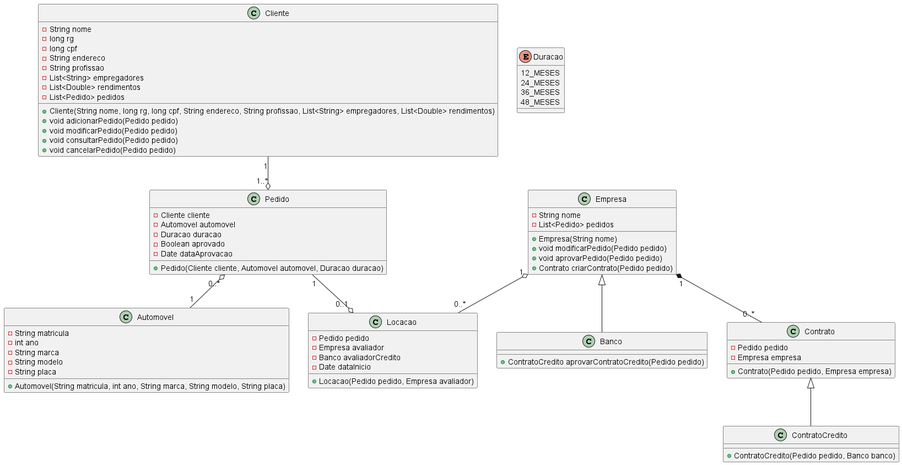
RafaMtF/LDS-Lab02 keeps this PlantUML diagram as project/img/ClassDiagram.png. Above is the earlier version. Its source is kept beside it as project/code/classDiagram.puml. Source of this version:
```plantuml
@startuml classDiagram

class Cliente {
    -String nome
    -long rg
    -long cpf
    -String endereco
    -String profissao
    -List<String> empregadores
    -List<Double> rendimentos
    -List<Pedido> pedidos
    +Cliente(String nome, long rg, long cpf, String endereco, String profissao, List<String> empregadores, List<Double> rendimentos)
    +void adicionarPedido(Pedido pedido)
    +void modificarPedido(Pedido pedido)
    +void consultarPedido(Pedido pedido)
    +void cancelarPedido(Pedido pedido)
}

class Empresa {
    -String nome
    -List<Pedido> pedidos
    +Empresa(String nome)
    +void modificarPedido(Pedido pedido)
    +void aprovarPedido(Pedido pedido)
    +Contrato criarContrato(Pedido pedido)
}

class Banco {
    +ContratoCredito aprovarContratoCredito(Pedido pedido)
}

class Pedido {
    -Cliente cliente
    -Automovel automovel
    -Duracao duracao
    -Boolean aprovado
    -Date dataAprovacao
    +Pedido(Cliente cliente, Automovel automovel, Duracao duracao)
}

class Automovel {
    -String matricula
    -int ano
    -String marca
    -String modelo
    -String placa
    +Automovel(String matricula, int ano, String marca, String modelo, String placa)
}

class Contrato {
    -Pedido pedido
    -Empresa empresa
    +Contrato(Pedido pedido, Empresa empresa)
}

class ContratoCredito {
    +ContratoCredito(Pedido pedido, Banco banco)
}

class Locacao {
    -Pedido pedido
    -Empresa avaliador
    -Banco avaliadorCredito
    -Date dataInicio
    +Locacao(Pedido pedido, Empresa avaliador)
}

enum Duracao {
    12_MESES
    24_MESES
    36_MESES
    48_MESES
}

Cliente "1" --o "1..*" Pedido
Pedido "1" --o "0..1" Locacao
Empresa "1" *-- "0..*" Contrato
Empresa "1" o-- "0..*" Locacao
Pedido "0..*" o-- "1" Automovel
Empresa <|-- Banco
Contrato <|-- ContratoCredito

@enduml
```
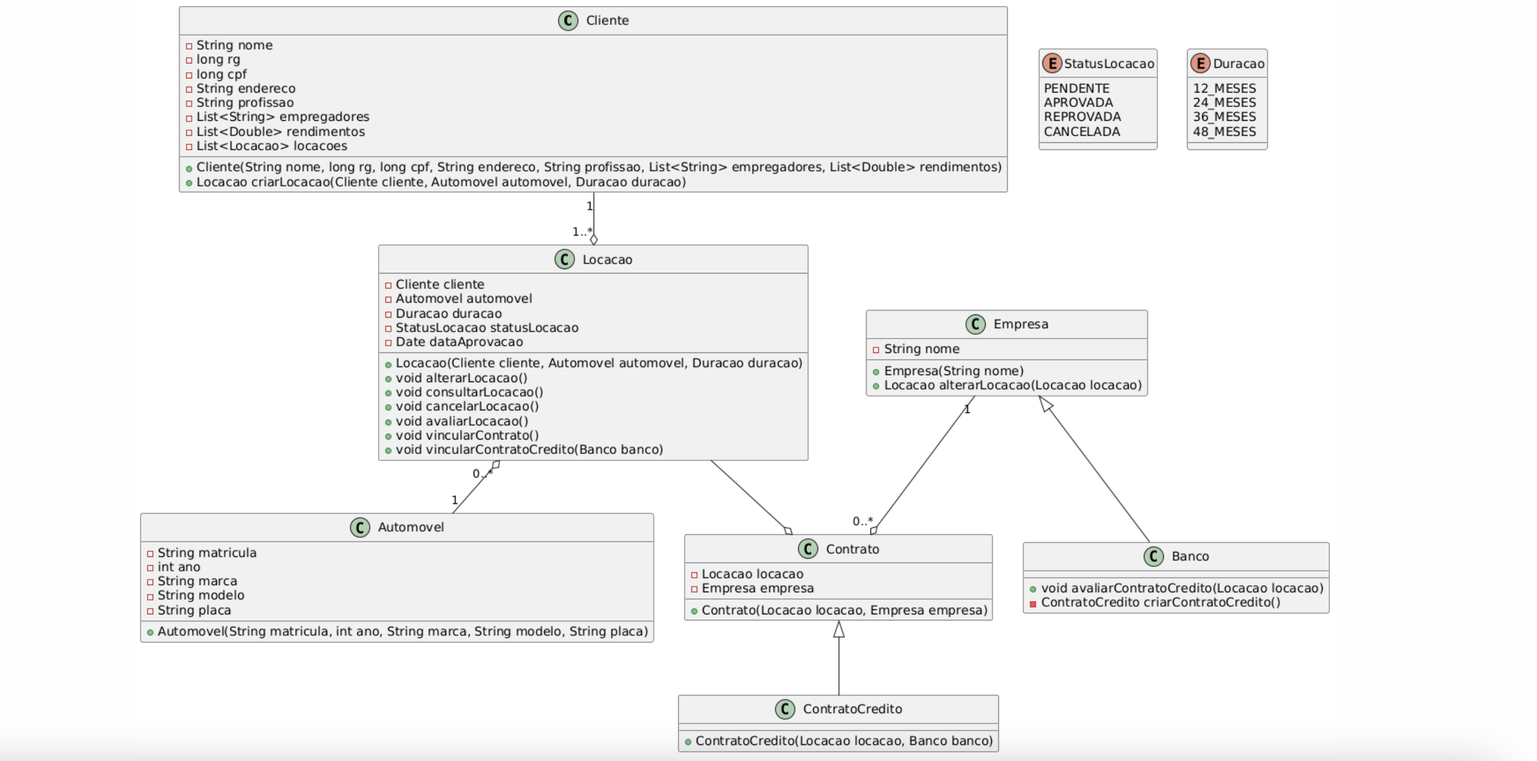
After the change.

Commit message:
Update class and use case diagrams

What changed in the source:
```diff
@@ -1,5 +1,4 @@
-@startuml classDiagram
-
+@startuml
 class Cliente {
     -String nome
     -long rg
@@ -8,34 +7,42 @@
     -String profissao
     -List<String> empregadores
     -List<Double> rendimentos
-    -List<Pedido> pedidos
+    -List<Locacao> locacoes
     +Cliente(String nome, long rg, long cpf, String endereco, String profissao, List<String> empregadores, List<Double> rendimentos)
-    +void adicionarPedido(Pedido pedido)
-    +void modificarPedido(Pedido pedido)
-    +void consultarPedido(Pedido pedido)
-    +void cancelarPedido(Pedido pedido)
+    +Locacao criarLocacao(Cliente cliente, Automovel automovel, Duracao duracao)
 }
 
 class Empresa {
     -String nome
-    -List<Pedido> pedidos
     +Empresa(String nome)
-    +void modificarPedido(Pedido pedido)
-    +void aprovarPedido(Pedido pedido)
-    +Contrato criarContrato(Pedido pedido)
+    +Locacao alterarLocacao(Locacao locacao)
 }
 
 class Banco {
-    +ContratoCredito aprovarContratoCredito(Pedido pedido)
+    +void avaliarContratoCredito(Locacao locacao)
+    -ContratoCredito criarContratoCredito()
 }
 
-class Pedido {
+class Locacao {
     -Cliente cliente
     -Automovel automovel
     -Duracao duracao
-    -Boolean aprovado
+    -StatusLocacao statusLocacao
     -Date dataAprovacao
-    +Pedido(Cliente cliente, Automovel automovel, Duracao duracao)
+    +Locacao(Cliente cliente, Automovel automovel, Duracao duracao)
+    +void alterarLocacao()
+    +void consultarLocacao()
+    +void cancelarLocacao()
+    +void avaliarLocacao()
+    +void vincularContrato()
+    +void vincularContratoCredito(Banco banco)
+}
+
+enum StatusLocacao {
+    PENDENTE
+    APROVADA
+    REPROVADA
+    CANCELADA
 }
 
 class Automovel {
@@ -48,21 +55,13 @@
 }
 
 class Contrato {
-    -Pedido pedido
+    -Locacao locacao
     -Empresa empresa
-    +Contrato(Pedido pedido, Empresa empresa)
+    +Contrato(Locacao locacao, Empresa empresa)
 }
 
 class ContratoCredito {
-    +ContratoCredito(Pedido pedido, Banco banco)
-}
-
-class Locacao {
-    -Pedido pedido
-    -Empresa avaliador
-    -Banco avaliadorCredito
-    -Date dataInicio
-    +Locacao(Pedido pedido, Empresa avaliador)
+    +ContratoCredito(Locacao locacao, Banco banco)
 }
 
 enum Duracao {
@@ -72,11 +71,10 @@
     48_MESES
 }
 
-Cliente "1" --o "1..*" Pedido
-Pedido "1" --o "0..1" Locacao
-Empresa "1" *-- "0..*" Contrato
-Empresa "1" o-- "0..*" Locacao
-Pedido "0..*" o-- "1" Automovel
+Cliente "1" --o "1..*" Locacao
+Empresa "1" --o "0..*" Contrato
+Locacao "0..*" o-- "1" Automovel
+Locacao --o Contrato
 Empresa <|-- Banco
 Contrato <|-- ContratoCredito
 
```
